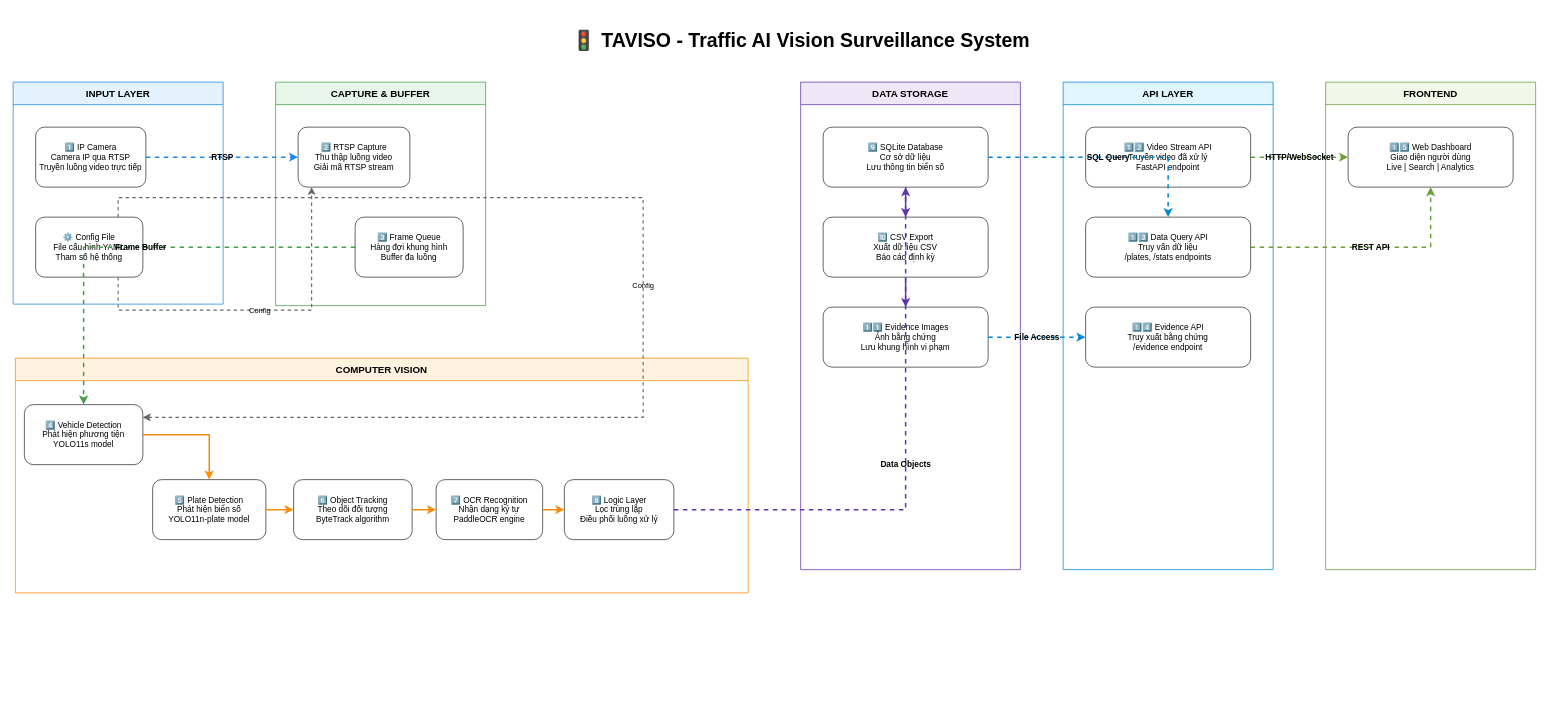
The draw.io diagram drawio/architecture.drawio in bathanh0309/TAVISO, before the edit. Source tidied: cells renumbered, new cells numbered last; positions are measured from the earlier drawing's top-left corner, leaving out a move shared by most shapes. Both pictures are drawn from the tidied source at 75%, with x=0, y=0 at pixel (13, 22).
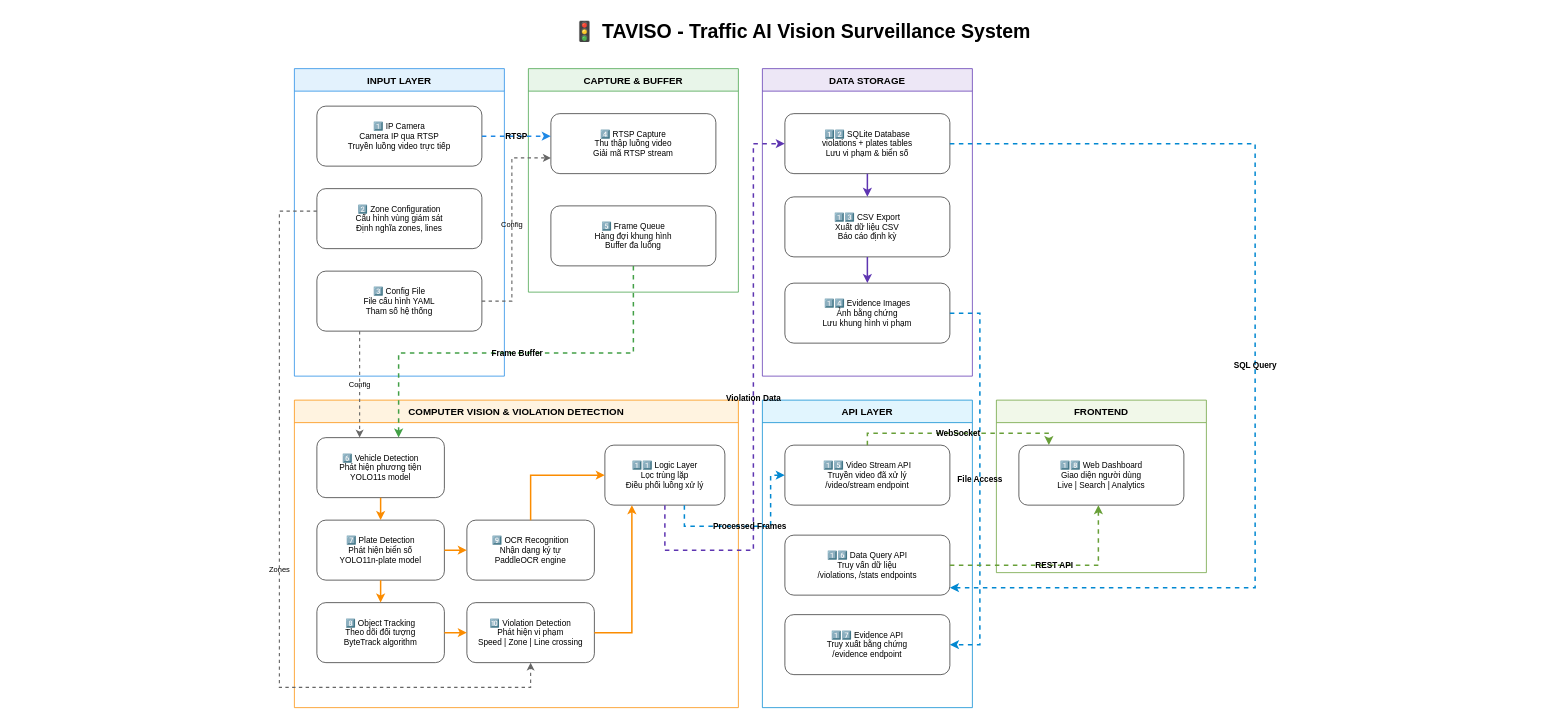
Above is the later version.

Change to the diagram source:
```diff
@@
     <mxCell id="2" value="🚦 TAVISO - Traffic AI Vision Surveillance System" style="text;html=1;align=center;verticalAlign=middle;fontSize=26;fontStyle=1;fontColor=#000000;" parent="1" vertex="1">
-      <mxGeometry x="350" width="1400" height="50" as="geometry" />
+      <mxGeometry x="607" y="-12" width="887" height="50" as="geometry" />
     </mxCell>
     <mxCell id="3" value="INPUT LAYER" style="swimlane;startSize=30;fillColor=#e3f2fd;strokeColor=#1e88e5;fontColor=#000000;fontSize=13;fontStyle=1;" parent="1" vertex="1">
-      <mxGeometry y="80" width="280" height="296" as="geometry" />
+      <mxGeometry x="375" y="62" width="280" height="410" as="geometry" />
     </mxCell>
     <mxCell id="4" value="1️⃣ IP Camera&#10;Camera IP qua RTSP&#10;Truyền luồng video trực tiếp" style="rounded=1;fillColor=#ffffff;strokeColor=#333333;fontColor=#000000;fontSize=11;align=center;verticalAlign=middle;whiteSpace=wrap;" parent="3" vertex="1">
-      <mxGeometry x="30" y="60" width="147" height="80" as="geometry" />
+      <mxGeometry x="30" y="50" width="220" height="80" as="geometry" />
     </mxCell>
+    <mxCell id="40" value="2️⃣ Zone Configuration&#10;Cấu hình vùng giám sát&#10;Định nghĩa zones, lines" style="rounded=1;fillColor=#ffffff;strokeColor=#333333;fontColor=#000000;fontSize=11;align=center;verticalAlign=middle;whiteSpace=wrap;" parent="3" vertex="1">
+      <mxGeometry x="30" y="160" width="220" height="80" as="geometry" />
+    </mxCell>
-    <mxCell id="5" value="⚙️ Config File&#10;File cấu hình YAML&#10;Tham số hệ thống" style="rounded=1;fillColor=#ffffff;strokeColor=#333333;fontColor=#000000;fontSize=11;align=center;verticalAlign=middle;whiteSpace=wrap;" parent="3" vertex="1">
-      <mxGeometry x="30" y="180" width="143" height="80" as="geometry" />
+    <mxCell id="5" value="3️⃣ Config File&#10;File cấu hình YAML&#10;Tham số hệ thống" style="rounded=1;fillColor=#ffffff;strokeColor=#333333;fontColor=#000000;fontSize=11;align=center;verticalAlign=middle;whiteSpace=wrap;" parent="3" vertex="1">
+      <mxGeometry x="30" y="270" width="220" height="80" as="geometry" />
     </mxCell>
     <mxCell id="6" value="CAPTURE &amp; BUFFER" style="swimlane;startSize=30;fillColor=#e8f5e9;strokeColor=#43a047;fontColor=#000000;fontSize=13;fontStyle=1;" parent="1" vertex="1">
-      <mxGeometry x="350" y="80" width="280" height="298" as="geometry" />
+      <mxGeometry x="687" y="62" width="280" height="298" as="geometry" />
     </mxCell>
-    <mxCell id="7" value="2️⃣ RTSP Capture&#10;Thu thập luồng video&#10;Giải mã RTSP stream" style="rounded=1;fillColor=#ffffff;strokeColor=#333333;fontColor=#000000;fontSize=11;align=center;verticalAlign=middle;whiteSpace=wrap;" parent="6" vertex="1">
-      <mxGeometry x="30" y="60" width="149" height="80" as="geometry" />
+    <mxCell id="7" value="4️⃣ RTSP Capture&#10;Thu thập luồng video&#10;Giải mã RTSP stream" style="rounded=1;fillColor=#ffffff;strokeColor=#333333;fontColor=#000000;fontSize=11;align=center;verticalAlign=middle;whiteSpace=wrap;" parent="6" vertex="1">
+      <mxGeometry x="30" y="60" width="220" height="80" as="geometry" />
     </mxCell>
-    <mxCell id="8" value="3️⃣ Frame Queue&#10;Hàng đợi khung hình&#10;Buffer đa luồng" style="rounded=1;fillColor=#ffffff;strokeColor=#333333;fontColor=#000000;fontSize=11;align=center;verticalAlign=middle;whiteSpace=wrap;" parent="6" vertex="1">
-      <mxGeometry x="106" y="180" width="144" height="80" as="geometry" />
+    <mxCell id="8" value="5️⃣ Frame Queue&#10;Hàng đợi khung hình&#10;Buffer đa luồng" style="rounded=1;fillColor=#ffffff;strokeColor=#333333;fontColor=#000000;fontSize=11;align=center;verticalAlign=middle;whiteSpace=wrap;" parent="6" vertex="1">
+      <mxGeometry x="30" y="183" width="220" height="80" as="geometry" />
     </mxCell>
-    <mxCell id="9" value="COMPUTER VISION" style="swimlane;startSize=30;fillColor=#fff3e0;strokeColor=#fb8c00;fontColor=#000000;fontSize=13;fontStyle=1;" parent="1" vertex="1">
-      <mxGeometry x="3" y="448" width="977" height="313" as="geometry" />
+    <mxCell id="9" value="COMPUTER VISION &amp; VIOLATION DETECTION" style="swimlane;startSize=30;fillColor=#fff3e0;strokeColor=#fb8c00;fontColor=#000000;fontSize=13;fontStyle=1;" parent="1" vertex="1">
+      <mxGeometry x="375" y="504" width="592" height="410" as="geometry" />
     </mxCell>
-    <mxCell id="10" value="4️⃣ Vehicle Detection&#10;Phát hiện phương tiện&#10;YOLO11s model" style="rounded=1;fillColor=#ffffff;strokeColor=#333333;fontColor=#000000;fontSize=11;align=center;verticalAlign=middle;whiteSpace=wrap;" parent="9" vertex="1">
-      <mxGeometry x="12" y="62" width="158" height="80" as="geometry" />
+    <mxCell id="10" value="6️⃣ Vehicle Detection&#10;Phát hiện phương tiện&#10;YOLO11s model" style="rounded=1;fillColor=#ffffff;strokeColor=#333333;fontColor=#000000;fontSize=11;align=center;verticalAlign=middle;whiteSpace=wrap;" parent="9" vertex="1">
+      <mxGeometry x="30" y="50" width="170" height="80" as="geometry" />
     </mxCell>
-    <mxCell id="11" value="5️⃣ Plate Detection&#10;Phát hiện biển số&#10;YOLO11n-plate model" style="rounded=1;fillColor=#ffffff;strokeColor=#333333;fontColor=#000000;fontSize=11;align=center;verticalAlign=middle;whiteSpace=wrap;" parent="9" vertex="1">
-      <mxGeometry x="183" y="162" width="151" height="80" as="geometry" />
+    <mxCell id="11" value="7️⃣ Plate Detection&#10;Phát hiện biển số&#10;YOLO11n-plate model" style="rounded=1;fillColor=#ffffff;strokeColor=#333333;fontColor=#000000;fontSize=11;align=center;verticalAlign=middle;whiteSpace=wrap;" parent="9" vertex="1">
+      <mxGeometry x="30" y="160" width="170" height="80" as="geometry" />
     </mxCell>
-    <mxCell id="12" value="6️⃣ Object Tracking&#10;Theo dõi đối tượng&#10;ByteTrack algorithm" style="rounded=1;fillColor=#ffffff;strokeColor=#333333;fontColor=#000000;fontSize=11;align=center;verticalAlign=middle;whiteSpace=wrap;" parent="9" vertex="1">
-      <mxGeometry x="371" y="162" width="158" height="80" as="geometry" />
+    <mxCell id="12" value="8️⃣ Object Tracking&#10;Theo dõi đối tượng&#10;ByteTrack algorithm" style="rounded=1;fillColor=#ffffff;strokeColor=#333333;fontColor=#000000;fontSize=11;align=center;verticalAlign=middle;whiteSpace=wrap;" parent="9" vertex="1">
+      <mxGeometry x="30" y="270" width="170" height="80" as="geometry" />
     </mxCell>
-    <mxCell id="13" value="7️⃣ OCR Recognition&#10;Nhận dạng ký tự&#10;PaddleOCR engine" style="rounded=1;fillColor=#ffffff;strokeColor=#333333;fontColor=#000000;fontSize=11;align=center;verticalAlign=middle;whiteSpace=wrap;" parent="9" vertex="1">
-      <mxGeometry x="561" y="162" width="142" height="80" as="geometry" />
+    <mxCell id="13" value="9️⃣ OCR Recognition&#10;Nhận dạng ký tự&#10;PaddleOCR engine" style="rounded=1;fillColor=#ffffff;strokeColor=#333333;fontColor=#000000;fontSize=11;align=center;verticalAlign=middle;whiteSpace=wrap;" parent="9" vertex="1">
+      <mxGeometry x="230" y="160" width="170" height="80" as="geometry" />
     </mxCell>
+    <mxCell id="41" value="🔟 Violation Detection&#10;Phát hiện vi phạm&#10;Speed | Zone | Line crossing" style="rounded=1;fillColor=#ffffff;strokeColor=#333333;fontColor=#000000;fontSize=11;align=center;verticalAlign=middle;whiteSpace=wrap;" parent="9" vertex="1">
+      <mxGeometry x="230" y="270" width="170" height="80" as="geometry" />
+    </mxCell>
+    <mxCell id="15" value="1️⃣1️⃣ Logic Layer&#10;Lọc trùng lặp&#10;Điều phối luồng xử lý" style="rounded=1;fillColor=#ffffff;strokeColor=#333333;fontColor=#000000;fontSize=11;align=center;verticalAlign=middle;whiteSpace=wrap;" parent="9" vertex="1">
+      <mxGeometry x="414" y="60" width="160" height="80" as="geometry" />
+    </mxCell>
+    <mxCell id="29" style="edgeStyle=orthogonalEdgeStyle;rounded=0;jettySize=auto;html=1;strokeWidth=2;strokeColor=#fb8c00;fontColor=#000000;" parent="9" edge="1" source="10" target="11">
+      <mxGeometry relative="1" as="geometry" />
+    </mxCell>
+    <mxCell id="30" style="edgeStyle=orthogonalEdgeStyle;rounded=0;jettySize=auto;html=1;strokeWidth=2;strokeColor=#fb8c00;fontColor=#000000;" parent="9" edge="1" source="11" target="12">
+      <mxGeometry relative="1" as="geometry" />
+    </mxCell>
-    <mxCell id="14" style="edgeStyle=orthogonalEdgeStyle;rounded=0;jettySize=auto;html=1;strokeWidth=2;strokeColor=#fb8c00;fontColor=#000000;" parent="9" edge="1" source="12" target="13">
+    <mxCell id="14" style="edgeStyle=orthogonalEdgeStyle;rounded=0;jettySize=auto;html=1;strokeWidth=2;strokeColor=#fb8c00;fontColor=#000000;" parent="9" edge="1" source="11" target="13">
       <mxGeometry relative="1" as="geometry" />
     </mxCell>
-    <mxCell id="15" value="8️⃣ Logic Layer&#10;Lọc trùng lặp&#10;Điều phối luồng xử lý" style="rounded=1;fillColor=#ffffff;strokeColor=#333333;fontColor=#000000;fontSize=11;align=center;verticalAlign=middle;whiteSpace=wrap;" parent="9" vertex="1">
-      <mxGeometry x="732" y="162" width="146" height="80" as="geometry" />
-    </mxCell>
+    <mxCell id="42" style="edgeStyle=orthogonalEdgeStyle;rounded=0;jettySize=auto;html=1;strokeWidth=2;strokeColor=#fb8c00;fontColor=#000000;" parent="9" edge="1" source="12" target="41">
+      <mxGeometry relative="1" as="geometry" />
+    </mxCell>
     <mxCell id="16" style="edgeStyle=orthogonalEdgeStyle;rounded=0;jettySize=auto;html=1;strokeWidth=2;strokeColor=#fb8c00;fontColor=#000000;" parent="9" edge="1" source="13" target="15">
-      <mxGeometry relative="1" as="geometry" />
+      <mxGeometry relative="1" as="geometry">
+        <Array as="points">
+          <mxPoint x="315" y="100" />
+        </Array>
+      </mxGeometry>
     </mxCell>
+    <mxCell id="43" style="edgeStyle=orthogonalEdgeStyle;rounded=0;jettySize=auto;html=1;strokeWidth=2;strokeColor=#fb8c00;fontColor=#000000;" parent="9" edge="1" source="41" target="15">
+      <mxGeometry relative="1" as="geometry">
+        <Array as="points">
+          <mxPoint x="450" y="310" />
+        </Array>
+      </mxGeometry>
+    </mxCell>
     <mxCell id="17" value="DATA STORAGE" style="swimlane;startSize=30;fillColor=#ede7f6;strokeColor=#5e35b1;fontColor=#000000;fontSize=13;fontStyle=1;" parent="1" vertex="1">
-      <mxGeometry x="1050" y="80" width="293" height="650" as="geometry" />
+      <mxGeometry x="999" y="62" width="280" height="410" as="geometry" />
     </mxCell>
-    <mxCell id="18" value="9️⃣ SQLite Database&#10;Cơ sở dữ liệu&#10;Lưu thông tin biển số" style="rounded=1;fillColor=#ffffff;strokeColor=#333333;fontColor=#000000;fontSize=11;align=center;verticalAlign=middle;whiteSpace=wrap;" parent="17" vertex="1">
+    <mxCell id="18" value="1️⃣2️⃣ SQLite Database&#10;violations + plates tables&#10;Lưu vi phạm &amp; biển số" style="rounded=1;fillColor=#ffffff;strokeColor=#333333;fontColor=#000000;fontSize=11;align=center;verticalAlign=middle;whiteSpace=wrap;" parent="17" vertex="1">
       <mxGeometry x="30" y="60" width="220" height="80" as="geometry" />
     </mxCell>
-    <mxCell id="19" value="🔟 CSV Export&#10;Xuất dữ liệu CSV&#10;Báo cáo định kỳ" style="rounded=1;fillColor=#ffffff;strokeColor=#333333;fontColor=#000000;fontSize=11;align=center;verticalAlign=middle;whiteSpace=wrap;" parent="17" vertex="1">
-      <mxGeometry x="30" y="180" width="220" height="80" as="geometry" />
+    <mxCell id="19" value="1️⃣3️⃣ CSV Export&#10;Xuất dữ liệu CSV&#10;Báo cáo định kỳ" style="rounded=1;fillColor=#ffffff;strokeColor=#333333;fontColor=#000000;fontSize=11;align=center;verticalAlign=middle;whiteSpace=wrap;" parent="17" vertex="1">
+      <mxGeometry x="30" y="171" width="220" height="80" as="geometry" />
     </mxCell>
-    <mxCell id="20" value="1️⃣1️⃣ Evidence Images&#10;Ảnh bằng chứng&#10;Lưu khung hình vi phạm" style="rounded=1;fillColor=#ffffff;strokeColor=#333333;fontColor=#000000;fontSize=11;align=center;verticalAlign=middle;whiteSpace=wrap;" parent="17" vertex="1">
-      <mxGeometry x="30" y="300" width="220" height="80" as="geometry" />
+    <mxCell id="20" value="1️⃣4️⃣ Evidence Images&#10;Ảnh bằng chứng&#10;Lưu khung hình vi phạm" style="rounded=1;fillColor=#ffffff;strokeColor=#333333;fontColor=#000000;fontSize=11;align=center;verticalAlign=middle;whiteSpace=wrap;" parent="17" vertex="1">
+      <mxGeometry x="30" y="286" width="220" height="80" as="geometry" />
     </mxCell>
+    <mxCell id="31" style="edgeStyle=orthogonalEdgeStyle;rounded=0;jettySize=auto;html=1;strokeWidth=2;strokeColor=#5e35b1;fontColor=#000000;" parent="17" edge="1" source="18" target="19">
+      <mxGeometry relative="1" as="geometry" />
+    </mxCell>
+    <mxCell id="32" style="edgeStyle=orthogonalEdgeStyle;rounded=0;jettySize=auto;html=1;strokeWidth=2;strokeColor=#5e35b1;fontColor=#000000;" parent="17" edge="1" source="19" target="20">
+      <mxGeometry relative="1" as="geometry" />
+    </mxCell>
     <mxCell id="21" value="API LAYER" style="swimlane;startSize=30;fillColor=#e1f5fe;strokeColor=#0288d1;fontColor=#000000;fontSize=13;fontStyle=1;" parent="1" vertex="1">
-      <mxGeometry x="1400" y="80" width="280" height="650" as="geometry" />
+      <mxGeometry x="999" y="504" width="280" height="410" as="geometry" />
     </mxCell>
-    <mxCell id="22" value="1️⃣2️⃣ Video Stream API&#10;Truyền video đã xử lý&#10;FastAPI endpoint" style="rounded=1;fillColor=#ffffff;strokeColor=#333333;fontColor=#000000;fontSize=11;align=center;verticalAlign=middle;whiteSpace=wrap;" parent="21" vertex="1">
+    <mxCell id="22" value="1️⃣5️⃣ Video Stream API&#10;Truyền video đã xử lý&#10;/video/stream endpoint" style="rounded=1;fillColor=#ffffff;strokeColor=#333333;fontColor=#000000;fontSize=11;align=center;verticalAlign=middle;whiteSpace=wrap;" parent="21" vertex="1">
       <mxGeometry x="30" y="60" width="220" height="80" as="geometry" />
     </mxCell>
-    <mxCell id="23" value="1️⃣3️⃣ Data Query API&#10;Truy vấn dữ liệu&#10;/plates, /stats endpoints" style="rounded=1;fillColor=#ffffff;strokeColor=#333333;fontColor=#000000;fontSize=11;align=center;verticalAlign=middle;whiteSpace=wrap;" parent="21" vertex="1">
+    <mxCell id="23" value="1️⃣6️⃣ Data Query API&#10;Truy vấn dữ liệu&#10;/violations, /stats endpoints" style="rounded=1;fillColor=#ffffff;strokeColor=#333333;fontColor=#000000;fontSize=11;align=center;verticalAlign=middle;whiteSpace=wrap;" parent="21" vertex="1">
       <mxGeometry x="30" y="180" width="220" height="80" as="geometry" />
     </mxCell>
-    <mxCell id="24" value="1️⃣4️⃣ Evidence API&#10;Truy xuất bằng chứng&#10;/evidence endpoint" style="rounded=1;fillColor=#ffffff;strokeColor=#333333;fontColor=#000000;fontSize=11;align=center;verticalAlign=middle;whiteSpace=wrap;" parent="21" vertex="1">
-      <mxGeometry x="30" y="300" width="220" height="80" as="geometry" />
+    <mxCell id="24" value="1️⃣7️⃣ Evidence API&#10;Truy xuất bằng chứng&#10;/evidence endpoint" style="rounded=1;fillColor=#ffffff;strokeColor=#333333;fontColor=#000000;fontSize=11;align=center;verticalAlign=middle;whiteSpace=wrap;" parent="21" vertex="1">
+      <mxGeometry x="30" y="286" width="220" height="80" as="geometry" />
     </mxCell>
     <mxCell id="25" value="FRONTEND" style="swimlane;startSize=30;fillColor=#f1f8e9;strokeColor=#689f38;fontColor=#000000;fontSize=13;fontStyle=1;" parent="1" vertex="1">
-      <mxGeometry x="1750" y="80" width="280" height="650" as="geometry" />
+      <mxGeometry x="1311" y="504" width="280" height="230" as="geometry" />
     </mxCell>
-    <mxCell id="26" value="1️⃣5️⃣ Web Dashboard&#10;Giao diện người dùng&#10;Live | Search | Analytics" style="rounded=1;fillColor=#ffffff;strokeColor=#333333;fontColor=#000000;fontSize=11;align=center;verticalAlign=middle;whiteSpace=wrap;" parent="25" vertex="1">
+    <mxCell id="26" value="1️⃣8️⃣ Web Dashboard&#10;Giao diện người dùng&#10;Live | Search | Analytics" style="rounded=1;fillColor=#ffffff;strokeColor=#333333;fontColor=#000000;fontSize=11;align=center;verticalAlign=middle;whiteSpace=wrap;" parent="25" vertex="1">
       <mxGeometry x="30" y="60" width="220" height="80" as="geometry" />
     </mxCell>
     <mxCell id="27" value="RTSP" style="edgeStyle=orthogonalEdgeStyle;rounded=0;jettySize=auto;html=1;dashed=1;strokeWidth=2;strokeColor=#1e88e5;fontColor=#000000;labelBackgroundColor=none;fontSize=11;fontStyle=1;" parent="1" edge="1" source="4" target="7">
-      <mxGeometry relative="1" as="geometry" />
+      <mxGeometry relative="1" as="geometry">
+        <Array as="points">
+          <mxPoint x="700" y="152" />
+          <mxPoint x="700" y="152" />
+        </Array>
+      </mxGeometry>
     </mxCell>
     <mxCell id="28" value="Frame Buffer" style="edgeStyle=orthogonalEdgeStyle;rounded=0;jettySize=auto;html=1;dashed=1;strokeWidth=2;strokeColor=#43a047;fontColor=#000000;labelBackgroundColor=none;fontSize=11;fontStyle=1;" parent="1" edge="1" source="8" target="10">
-      <mxGeometry relative="1" as="geometry" />
+      <mxGeometry relative="1" as="geometry">
+        <Array as="points">
+          <mxPoint x="827" y="441" />
+          <mxPoint x="514" y="441" />
+        </Array>
+      </mxGeometry>
     </mxCell>
-    <mxCell id="29" style="edgeStyle=orthogonalEdgeStyle;rounded=0;jettySize=auto;html=1;strokeWidth=2;strokeColor=#fb8c00;fontColor=#000000;" parent="1" edge="1" source="10" target="11">
-      <mxGeometry relative="1" as="geometry" />
-    </mxCell>
-    <mxCell id="30" style="edgeStyle=orthogonalEdgeStyle;rounded=0;jettySize=auto;html=1;strokeWidth=2;strokeColor=#fb8c00;fontColor=#000000;" parent="1" edge="1" source="11" target="12">
-      <mxGeometry relative="1" as="geometry" />
-    </mxCell>
-    <mxCell id="31" style="edgeStyle=orthogonalEdgeStyle;rounded=0;jettySize=auto;html=1;strokeWidth=2;strokeColor=#5e35b1;fontColor=#000000;" parent="1" edge="1" source="18" target="19">
-      <mxGeometry relative="1" as="geometry" />
-    </mxCell>
-    <mxCell id="32" style="edgeStyle=orthogonalEdgeStyle;rounded=0;jettySize=auto;html=1;strokeWidth=2;strokeColor=#5e35b1;fontColor=#000000;" parent="1" edge="1" source="19" target="20">
-      <mxGeometry relative="1" as="geometry" />
-    </mxCell>
+    <mxCell id="39" value="Violation Data" style="edgeStyle=orthogonalEdgeStyle;rounded=0;jettySize=auto;html=1;dashed=1;strokeWidth=2;strokeColor=#5e35b1;fontColor=#000000;labelBackgroundColor=none;fontSize=11;fontStyle=1;" parent="1" edge="1" source="15" target="18">
+      <mxGeometry relative="1" as="geometry">
+        <Array as="points">
+          <mxPoint x="987" y="704" />
+          <mxPoint x="987" y="162" />
+        </Array>
+      </mxGeometry>
+    </mxCell>
+    <mxCell id="44" value="Processed Frames" style="edgeStyle=orthogonalEdgeStyle;rounded=0;jettySize=auto;html=1;dashed=1;strokeWidth=2;strokeColor=#0288d1;fontColor=#000000;labelBackgroundColor=none;fontSize=11;fontStyle=1;" parent="1" edge="1" source="15" target="22">
+      <mxGeometry relative="1" as="geometry">
+        <Array as="points">
+          <mxPoint x="895" y="672" />
+          <mxPoint x="1010" y="672" />
+          <mxPoint x="1010" y="604" />
+        </Array>
+      </mxGeometry>
+    </mxCell>
     <mxCell id="33" value="SQL Query" style="edgeStyle=orthogonalEdgeStyle;rounded=0;jettySize=auto;html=1;dashed=1;strokeWidth=2;strokeColor=#0288d1;fontColor=#000000;labelBackgroundColor=none;fontSize=11;fontStyle=1;" parent="1" edge="1" source="18" target="23">
-      <mxGeometry relative="1" as="geometry" />
+      <mxGeometry relative="1" as="geometry">
+        <Array as="points">
+          <mxPoint x="1656" y="162" />
+          <mxPoint x="1656" y="754" />
+        </Array>
+      </mxGeometry>
     </mxCell>
     <mxCell id="34" value="File Access" style="edgeStyle=orthogonalEdgeStyle;rounded=0;jettySize=auto;html=1;dashed=1;strokeWidth=2;strokeColor=#0288d1;fontColor=#000000;labelBackgroundColor=none;fontSize=11;fontStyle=1;" parent="1" edge="1" source="20" target="24">
-      <mxGeometry relative="1" as="geometry" />
+      <mxGeometry relative="1" as="geometry">
+        <Array as="points">
+          <mxPoint x="1289" y="388" />
+          <mxPoint x="1289" y="830" />
+        </Array>
+      </mxGeometry>
     </mxCell>
-    <mxCell id="35" value="HTTP/WebSocket" style="edgeStyle=orthogonalEdgeStyle;rounded=0;jettySize=auto;html=1;dashed=1;strokeWidth=2;strokeColor=#689f38;fontColor=#000000;labelBackgroundColor=none;fontSize=11;fontStyle=1;" parent="1" edge="1" source="22" target="26">
-      <mxGeometry relative="1" as="geometry" />
+    <mxCell id="35" value="WebSocket" style="edgeStyle=orthogonalEdgeStyle;rounded=0;jettySize=auto;html=1;dashed=1;strokeWidth=2;strokeColor=#689f38;fontColor=#000000;labelBackgroundColor=none;fontSize=11;fontStyle=1;" parent="1" edge="1" source="22" target="26">
+      <mxGeometry relative="1" as="geometry">
+        <Array as="points">
+          <mxPoint x="1139" y="548" />
+          <mxPoint x="1381" y="548" />
+        </Array>
+      </mxGeometry>
     </mxCell>
     <mxCell id="36" value="REST API" style="edgeStyle=orthogonalEdgeStyle;rounded=0;jettySize=auto;html=1;dashed=1;strokeWidth=2;strokeColor=#689f38;fontColor=#000000;labelBackgroundColor=none;fontSize=11;fontStyle=1;" parent="1" edge="1" source="23" target="26">
-      <mxGeometry relative="1" as="geometry" />
+      <mxGeometry relative="1" as="geometry">
+        <Array as="points">
+          <mxPoint x="1447" y="724" />
+        </Array>
+      </mxGeometry>
     </mxCell>
     <mxCell id="37" value="Config" style="edgeStyle=orthogonalEdgeStyle;rounded=0;jettySize=auto;html=1;dashed=1;strokeWidth=1.5;strokeColor=#666666;fontColor=#000000;labelBackgroundColor=none;fontSize=10;" parent="1" edge="1" source="5" target="7">
       <mxGeometry relative="1" as="geometry">
         <Array as="points">
-          <mxPoint x="140" y="384" />
-          <mxPoint x="398" y="384" />
+          <mxPoint x="665" y="372" />
+          <mxPoint x="665" y="181" />
         </Array>
       </mxGeometry>
     </mxCell>
     <mxCell id="38" value="Config" style="edgeStyle=orthogonalEdgeStyle;rounded=0;jettySize=auto;html=1;dashed=1;strokeWidth=1.5;strokeColor=#666666;fontColor=#000000;labelBackgroundColor=none;fontSize=10;" parent="1" edge="1" source="5" target="10">
       <mxGeometry relative="1" as="geometry">
         <Array as="points">
-          <mxPoint x="140" y="234" />
-          <mxPoint x="840" y="234" />
-          <mxPoint x="840" y="527" />
+          <mxPoint x="462" y="479" />
+          <mxPoint x="462" y="479" />
         </Array>
       </mxGeometry>
     </mxCell>
-    <mxCell id="39" value="Data Objects" style="edgeStyle=orthogonalEdgeStyle;rounded=0;jettySize=auto;html=1;dashed=1;strokeWidth=2;strokeColor=#5e35b1;fontColor=#000000;labelBackgroundColor=none;fontSize=11;fontStyle=1;" parent="1" edge="1" source="15" target="18">
-      <mxGeometry relative="1" as="geometry" />
-    </mxCell>
+    <mxCell id="45" value="Zones" style="edgeStyle=orthogonalEdgeStyle;rounded=0;jettySize=auto;html=1;dashed=1;strokeWidth=1.5;strokeColor=#666666;fontColor=#000000;labelBackgroundColor=none;fontSize=10;" parent="1" edge="1" source="40" target="41">
+      <mxGeometry relative="1" as="geometry">
+        <Array as="points">
+          <mxPoint x="355" y="252" />
+          <mxPoint x="355" y="887" />
+          <mxPoint x="690" y="887" />
+        </Array>
+      </mxGeometry>
+    </mxCell>
```
